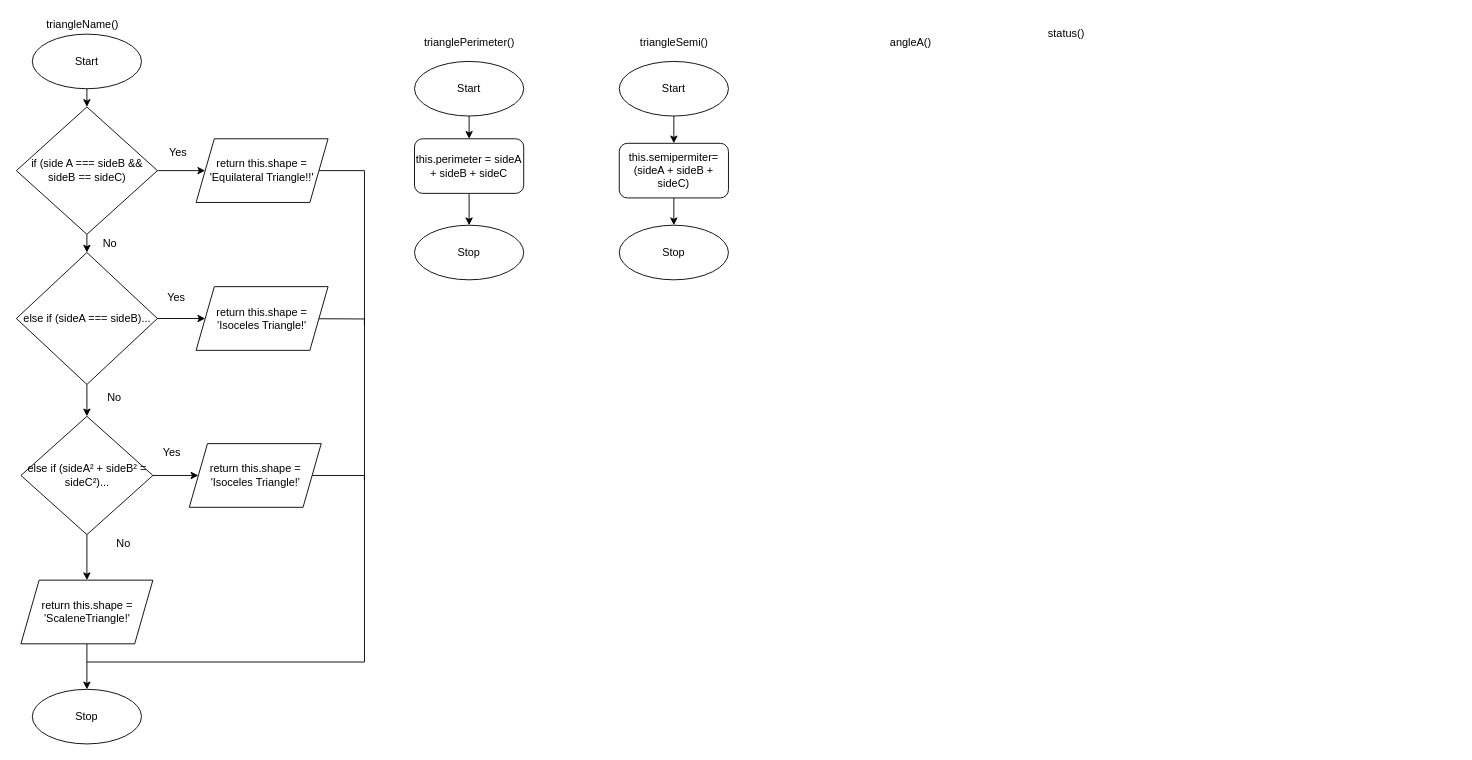
The draw.io diagram Drawio/Flowchart.drawio in JacksonNaufal/ics4u-assignment-3-typescript, before the edit. Source tidied: cells renumbered, new cells numbered last; positions are measured from the earlier drawing's top-left corner, leaving out a move shared by most shapes. Both pictures are drawn from the tidied source at 91%, with x=0, y=0 at pixel (16, 15).
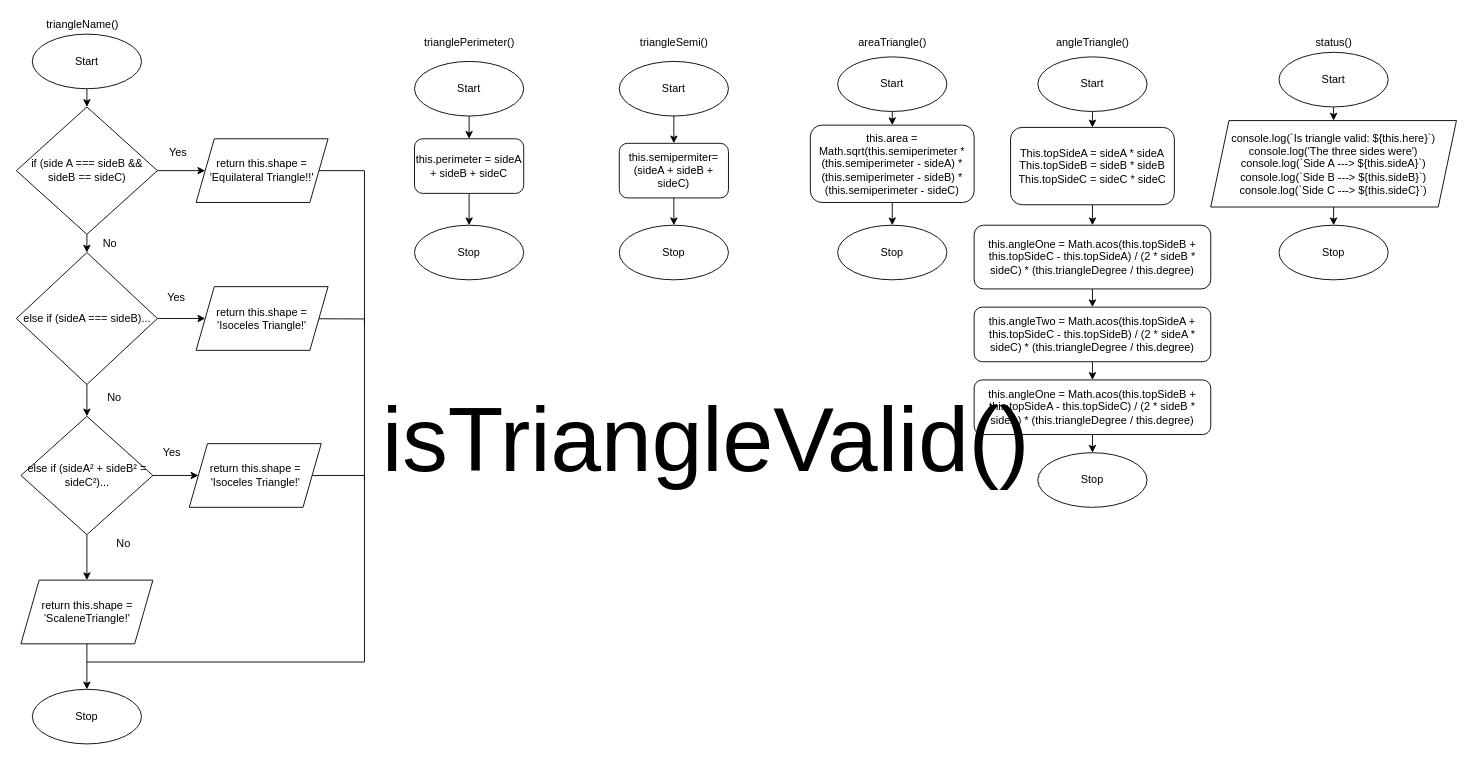
The same diagram, later.

Diff of the diagram source:
```diff
@@
-    <mxCell id="8" value="angleA()" style="text;html=1;align=center;verticalAlign=middle;strokeColor=none;fillColor=none;" parent="1" vertex="1">
-      <mxGeometry x="952" y="20" width="60" height="20" as="geometry" />
+    <mxCell id="8" value="angleTriangle()" style="text;html=1;align=center;verticalAlign=middle;strokeColor=none;fillColor=none;" parent="1" vertex="1">
+      <mxGeometry x="1132" y="20" width="100" height="20" as="geometry" />
     </mxCell>
     <mxCell id="9" value="status()" style="text;html=1;align=center;verticalAlign=middle;strokeColor=none;fillColor=none;" parent="1" vertex="1">
-      <mxGeometry x="1123" y="10" width="60" height="20" as="geometry" />
+      <mxGeometry x="1417" y="20" width="60" height="20" as="geometry" />
     </mxCell>
@@
+    <mxCell id="43" value="areaTriangle()" style="text;html=1;align=center;verticalAlign=middle;strokeColor=none;fillColor=none;" parent="1" vertex="1">
+      <mxGeometry x="917" y="20" width="90" height="20" as="geometry" />
+    </mxCell>
+    <mxCell id="44" style="edgeStyle=none;rounded=0;html=1;endArrow=classic;endFill=1;" parent="1" edge="1" source="45" target="47">
+      <mxGeometry relative="1" as="geometry" />
+    </mxCell>
+    <mxCell id="45" value="Start" style="ellipse;whiteSpace=wrap;html=1;" parent="1" vertex="1">
+      <mxGeometry x="902" y="45" width="120" height="60" as="geometry" />
+    </mxCell>
+    <mxCell id="46" style="edgeStyle=none;rounded=0;html=1;entryX=0.5;entryY=0;entryDx=0;entryDy=0;endArrow=classic;endFill=1;" parent="1" edge="1" source="47" target="48">
+      <mxGeometry relative="1" as="geometry" />
+    </mxCell>
+    <mxCell id="47" value="this.area = Math.sqrt(this.semiperimeter *(this.semiperimeter - sideA) * (this.semiperimeter - sideB) * (this.semiperimeter - sideC)" style="rounded=1;whiteSpace=wrap;html=1;" parent="1" vertex="1">
+      <mxGeometry x="872" y="120" width="180" height="85" as="geometry" />
+    </mxCell>
+    <mxCell id="48" value="Stop" style="ellipse;whiteSpace=wrap;html=1;" parent="1" vertex="1">
+      <mxGeometry x="902" y="230" width="120" height="60" as="geometry" />
+    </mxCell>
+    <mxCell id="49" style="edgeStyle=none;rounded=0;html=1;endArrow=classic;endFill=1;" parent="1" edge="1" source="50" target="55">
+      <mxGeometry relative="1" as="geometry" />
+    </mxCell>
+    <mxCell id="50" value="This.topSideA = sideA * sideA&lt;br&gt;This.topSideB = sideB * sideB&lt;br&gt;This.topSideC = sideC * sideC" style="rounded=1;whiteSpace=wrap;html=1;" parent="1" vertex="1">
+      <mxGeometry x="1092" y="122.5" width="180" height="85" as="geometry" />
+    </mxCell>
+    <mxCell id="51" style="edgeStyle=none;rounded=0;html=1;endArrow=classic;endFill=1;" parent="1" edge="1" source="52" target="50">
+      <mxGeometry relative="1" as="geometry" />
+    </mxCell>
+    <mxCell id="52" value="Start" style="ellipse;whiteSpace=wrap;html=1;" parent="1" vertex="1">
+      <mxGeometry x="1122" y="45" width="120" height="60" as="geometry" />
+    </mxCell>
+    <mxCell id="53" value="Stop" style="ellipse;whiteSpace=wrap;html=1;" parent="1" vertex="1">
+      <mxGeometry x="1122" y="480" width="120" height="60" as="geometry" />
+    </mxCell>
+    <mxCell id="54" style="edgeStyle=none;rounded=0;html=1;endArrow=classic;endFill=1;" parent="1" edge="1" source="55" target="57">
+      <mxGeometry relative="1" as="geometry" />
+    </mxCell>
+    <mxCell id="55" value="this.angleOne = Math.acos(this.topSideB + this.topSideC - this.topSideA) / (2 * sideB * sideC) * (this.triangleDegree / this.degree)" style="rounded=1;whiteSpace=wrap;html=1;" parent="1" vertex="1">
+      <mxGeometry x="1052" y="230" width="260" height="70" as="geometry" />
+    </mxCell>
+    <mxCell id="56" style="edgeStyle=none;rounded=0;html=1;endArrow=classic;endFill=1;" parent="1" edge="1" source="57" target="59">
+      <mxGeometry relative="1" as="geometry" />
+    </mxCell>
+    <mxCell id="57" value="this.angleTwo = Math.acos(this.topSideA + this.topSideC - this.topSideB) / (2 * sideA * sideC) * (this.triangleDegree / this.degree)" style="rounded=1;whiteSpace=wrap;html=1;" parent="1" vertex="1">
+      <mxGeometry x="1052" y="320" width="260" height="60" as="geometry" />
+    </mxCell>
+    <mxCell id="58" style="edgeStyle=none;rounded=0;html=1;endArrow=classic;endFill=1;" parent="1" edge="1" source="59" target="53">
+      <mxGeometry relative="1" as="geometry" />
+    </mxCell>
+    <mxCell id="59" value="this.angleOne = Math.acos(this.topSideB + this.topSideA - this.topSideC) / (2 * sideB * sideA) * (this.triangleDegree / this.degree)" style="rounded=1;whiteSpace=wrap;html=1;" parent="1" vertex="1">
+      <mxGeometry x="1052" y="400" width="260" height="60" as="geometry" />
+    </mxCell>
+    <mxCell id="60" style="edgeStyle=none;rounded=0;html=1;entryX=0.5;entryY=0;entryDx=0;entryDy=0;fontFamily=Helvetica;fontSize=12;endArrow=classic;endFill=1;" parent="1" edge="1" source="61" target="64">
+      <mxGeometry relative="1" as="geometry" />
+    </mxCell>
+    <mxCell id="61" value="Start" style="ellipse;whiteSpace=wrap;html=1;" parent="1" vertex="1">
+      <mxGeometry x="1387" y="40" width="120" height="60" as="geometry" />
+    </mxCell>
+    <mxCell id="62" value="Stop" style="ellipse;whiteSpace=wrap;html=1;" parent="1" vertex="1">
+      <mxGeometry x="1387" y="230" width="120" height="60" as="geometry" />
+    </mxCell>
+    <mxCell id="63" style="edgeStyle=none;rounded=0;html=1;entryX=0.5;entryY=0;entryDx=0;entryDy=0;fontFamily=Helvetica;fontSize=12;endArrow=classic;endFill=1;" parent="1" edge="1" source="64" target="62">
+      <mxGeometry relative="1" as="geometry" />
+    </mxCell>
+    <mxCell id="64" value="console.log(`Is triangle valid: ${this.here}`) console.log('The three sides were') console.log(`Side A ---&amp;gt; ${this.sideA}`) console.log(`Side B ---&amp;gt; ${this.sideB}`) console.log(`Side C ---&amp;gt; ${this.sideC}`)" style="shape=parallelogram;perimeter=parallelogramPerimeter;whiteSpace=wrap;html=1;fixedSize=1;fontFamily=Helvetica;fontSize=12;" parent="1" vertex="1">
+      <mxGeometry x="1312" y="115" width="270" height="95" as="geometry" />
+    </mxCell>
+    <mxCell id="65" value="&lt;font style=&quot;font-size: 100px&quot;&gt;isTriangleValid()&lt;/font&gt;" style="text;html=1;align=center;verticalAlign=middle;strokeColor=none;fillColor=none;" parent="1" vertex="1">
+      <mxGeometry x="392" y="440" width="730" height="50" as="geometry" />
+    </mxCell>
```
